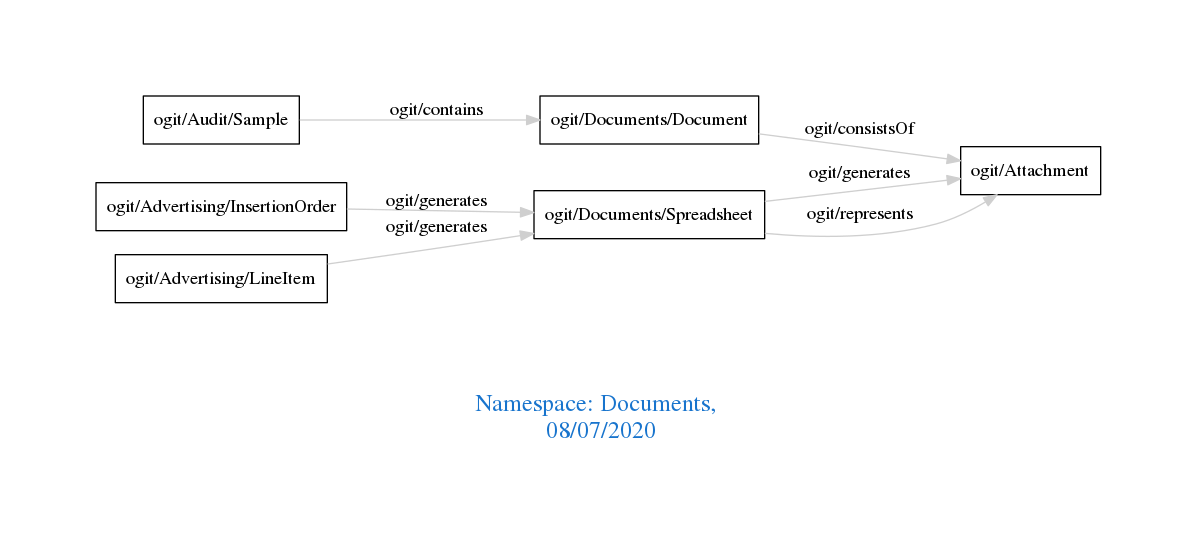
arago/OGIT keeps this Graphviz diagram as downloads/Documents.png. Above is the earlier version. Its source is kept beside it as downloads/Documents.dot.
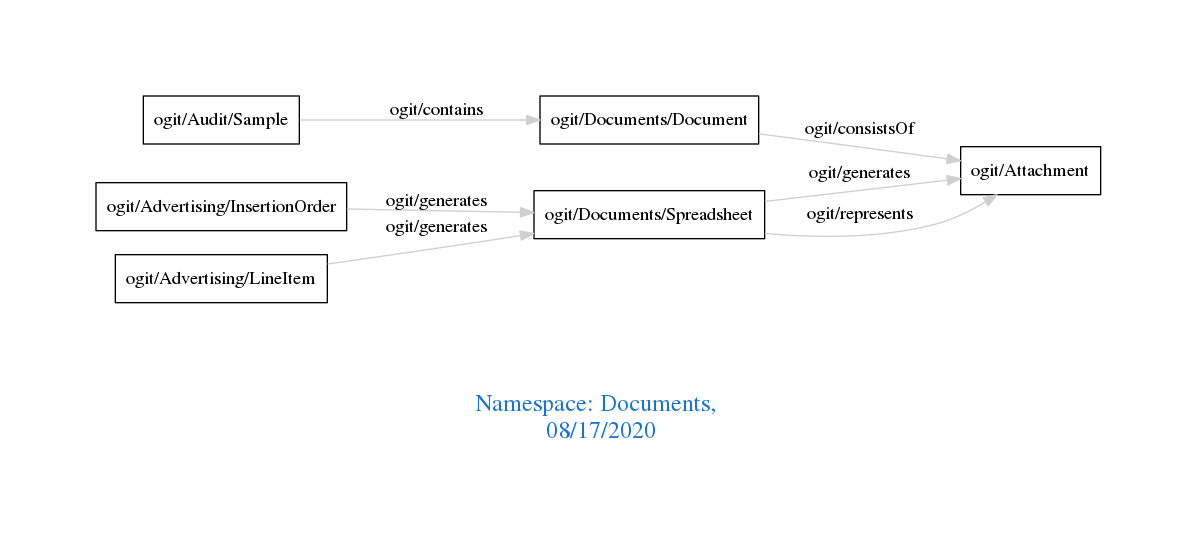
After the commit.

Diff of the diagram source:
```diff
@@ -1,7 +1,7 @@
 digraph OGIT_ontology {
  graph [ rankdir= LR,pad=1
 fontsize = 18,
-fontcolor= dodgerblue3,label = "\n\n\nNamespace: Documents, \n 08/07/2020"];
+fontcolor= dodgerblue3,label = "\n\n\nNamespace: Documents, \n 08/17/2020"];
 node[shape=polygon];
 edge [  color="gray81"];
 
```
